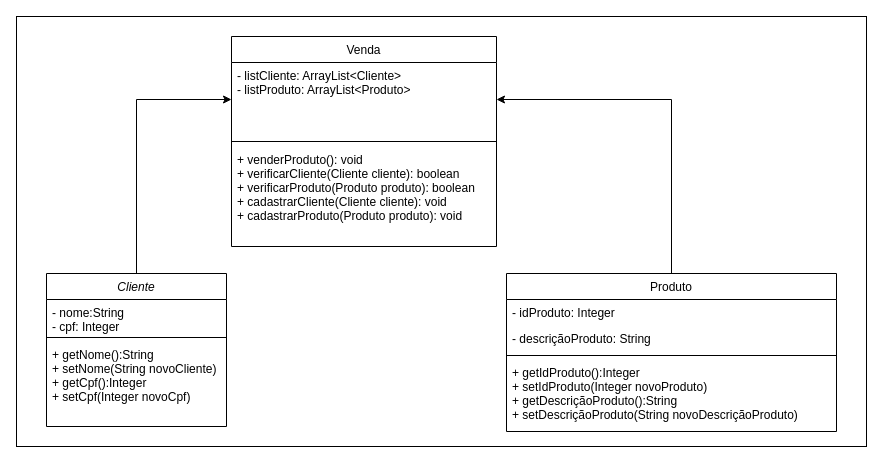
Before: engenhariaSW/Diagrama de Classes UML.drawio in PedroBozzano/Bertoti, a draw.io diagram. Source tidied: cells renumbered, new cells numbered last; positions are measured from the earlier drawing's top-left corner, leaving out a move shared by most shapes. Both pictures are drawn from the tidied source at 100%, with x=0, y=0 at pixel (16, 16).
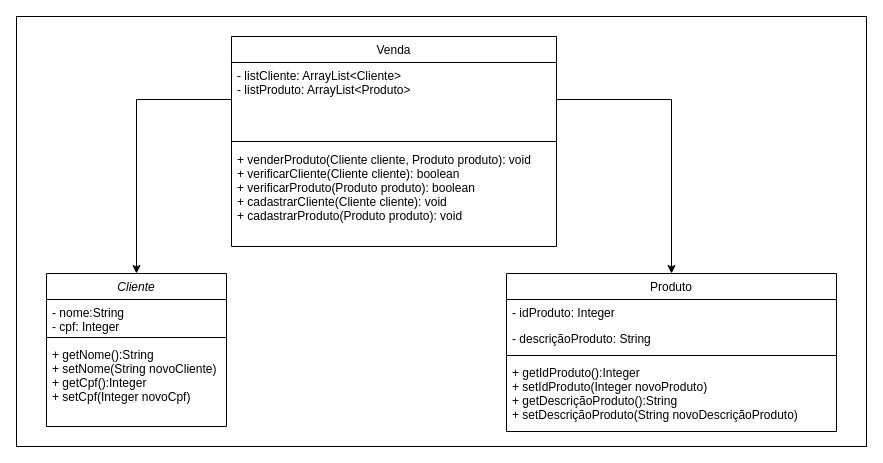
The same diagram, later.

The change refers to these unchanged cells:
```xml
<mxCell id="3" value="Cliente" style="swimlane;fontStyle=2;align=center;verticalAlign=top;horizontal=1;startSize=26;rounded=0;shadow=0;strokeWidth=1;" parent="1" vertex="1">
  <mxGeometry x="30" y="257" width="180" height="153" as="geometry" />
</mxCell>
<mxCell id="7" value="Produto" style="swimlane;fontStyle=0;align=center;verticalAlign=top;horizontal=1;startSize=26;rounded=0;shadow=0;strokeWidth=1;" parent="1" vertex="1">
  <mxGeometry x="490" y="257" width="330" height="158" as="geometry" />
</mxCell>
```

Change to the diagram source:
```diff
@@
     <mxCell id="12" value="Venda" style="swimlane;fontStyle=0;align=center;verticalAlign=top;horizontal=1;startSize=26;rounded=0;shadow=0;strokeWidth=1;" parent="1" vertex="1">
-      <mxGeometry x="215" y="20" width="265" height="210" as="geometry" />
+      <mxGeometry x="215" y="20" width="325" height="210" as="geometry" />
     </mxCell>
     <mxCell id="13" value="- listCliente: ArrayList&lt;Cliente&gt;&#10;- listProduto: ArrayList&lt;Produto&gt;" style="text;align=left;verticalAlign=top;spacingLeft=4;spacingRight=4;overflow=hidden;points=[[0,0.5],[1,0.5]];portConstraint=eastwest;" parent="12" vertex="1">
-      <mxGeometry y="26" width="265" height="74" as="geometry" />
+      <mxGeometry y="26" width="325" height="74" as="geometry" />
     </mxCell>
     <mxCell id="14" style="line;html=1;strokeWidth=1;align=left;verticalAlign=middle;spacingTop=-1;spacingLeft=3;spacingRight=3;labelPosition=right;" parent="12" vertex="1">
-      <mxGeometry y="100" width="265" height="10" as="geometry" />
+      <mxGeometry y="100" width="325" height="10" as="geometry" />
     </mxCell>
-    <mxCell id="15" value="+ venderProduto(): void&#10;+ verificarCliente(Cliente cliente): boolean&#10;+ verificarProduto(Produto produto): boolean&#10;+ cadastrarCliente(Cliente cliente): void&#10;+ cadastrarProduto(Produto produto): void" style="text;align=left;verticalAlign=top;spacingLeft=4;spacingRight=4;overflow=hidden;" parent="12" vertex="1">
-      <mxGeometry y="110" width="265" height="100" as="geometry" />
+    <mxCell id="15" value="+ venderProduto(Cliente cliente, Produto produto): void&#10;+ verificarCliente(Cliente cliente): boolean&#10;+ verificarProduto(Produto produto): boolean&#10;+ cadastrarCliente(Cliente cliente): void&#10;+ cadastrarProduto(Produto produto): void" style="text;align=left;verticalAlign=top;spacingLeft=4;spacingRight=4;overflow=hidden;" parent="12" vertex="1">
+      <mxGeometry y="110" width="325" height="100" as="geometry" />
     </mxCell>
-    <mxCell id="16" style="endArrow=classic;html=1;rounded=0;exitX=0.5;exitY=0;exitDx=0;exitDy=0;entryX=0;entryY=0.5;entryDx=0;entryDy=0;" parent="1" edge="1" source="3" target="13">
-      <mxGeometry relative="1" as="geometry">
-        <Array as="points">
-          <mxPoint x="120" y="83" />
-        </Array>
-      </mxGeometry>
-    </mxCell>
-    <mxCell id="17" style="endArrow=classic;html=1;rounded=0;exitX=0.5;exitY=0;exitDx=0;exitDy=0;entryX=1;entryY=0.5;entryDx=0;entryDy=0;" parent="1" edge="1" source="7" target="13">
-      <mxGeometry relative="1" as="geometry">
-        <Array as="points">
-          <mxPoint x="655" y="83" />
-        </Array>
-      </mxGeometry>
-    </mxCell>
+    <mxCell id="18" style="endArrow=classic;html=1;rounded=0;exitX=1;exitY=0.5;exitDx=0;exitDy=0;entryX=0.5;entryY=0;entryDx=0;entryDy=0;" parent="1" edge="1" source="13" target="7">
+      <mxGeometry relative="1" as="geometry">
+        <Array as="points">
+          <mxPoint x="655" y="83" />
+        </Array>
+      </mxGeometry>
+    </mxCell>
+    <mxCell id="19" style="endArrow=classic;html=1;rounded=0;exitX=0;exitY=0.5;exitDx=0;exitDy=0;entryX=0.5;entryY=0;entryDx=0;entryDy=0;" parent="1" edge="1" source="13" target="3">
+      <mxGeometry relative="1" as="geometry">
+        <Array as="points">
+          <mxPoint x="120" y="83" />
+        </Array>
+      </mxGeometry>
+    </mxCell>
```
